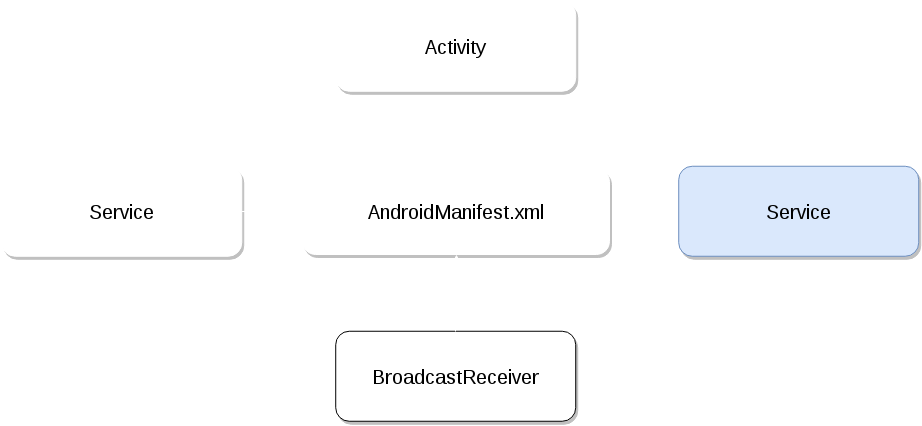
siyb/tw-mad-7-service keeps this draw.io diagram as component_service.png. Above is the earlier version. Source tidied: cells renumbered, new cells last; positions are measured from the earlier drawing's top-left corner, leaving out a move shared by most shapes. Source of this version:
```xml
<mxGraphModel>
  <root>
    <mxCell id="0" style="html=1;" />
    <mxCell id="1" style="html=1;" parent="0" />
    <mxCell id="2" style="strokeWidth=1;strokeColor=#FFFFFF;html=1;" parent="1" edge="1" source="6" target="4">
      <mxGeometry relative="1" as="geometry" />
    </mxCell>
    <mxCell id="3" style="strokeWidth=1;strokeColor=#FFFFFF;html=1;" parent="1" edge="1" source="5" target="4">
      <mxGeometry relative="1" as="geometry" />
    </mxCell>
    <mxCell id="4" value="AndroidManifest.xml" style="rounded=1;fillColor=#ffffff;gradientColor=none;gradientDirection=north;fontFamily=Helvetica;fontSize=20;fontColor=#000000;fontStyle=0;shadow=1;strokeColor=#FFFFFF;html=1;strokeWidth=1;" parent="1" vertex="1">
      <mxGeometry x="301" y="167" width="307" height="86" as="geometry" />
    </mxCell>
    <mxCell id="5" value="Service" style="rounded=1;fillColor=#dae8fc;gradientDirection=north;fontFamily=Helvetica;fontSize=20;fontColor=#000000;fontStyle=0;shadow=1;strokeColor=#6c8ebf;html=1;strokeWidth=1;" parent="1" vertex="1">
      <mxGeometry x="677.2" y="164.8" width="240" height="90" as="geometry" />
    </mxCell>
    <mxCell id="6" value="Activity" style="rounded=1;fillColor=#ffffff;gradientColor=none;gradientDirection=north;fontFamily=Helvetica;fontSize=20;fontColor=#000000;fontStyle=0;shadow=1;strokeColor=#FFFFFF;html=1;strokeWidth=1;" parent="1" vertex="1">
      <mxGeometry x="334.2" y="-0.2" width="240" height="90" as="geometry" />
    </mxCell>
    <mxCell id="7" value="BroadcastReceiver" style="rounded=1;fillColor=#ffffff;gradientDirection=north;fontFamily=Helvetica;fontSize=20;fontColor=#000000;fontStyle=0;shadow=1;strokeColor=#000000;html=1;strokeWidth=1;" parent="1" vertex="1">
      <mxGeometry x="334.2" y="329.8" width="240" height="90" as="geometry" />
    </mxCell>
    <mxCell id="8" style="strokeWidth=1;strokeColor=#FFFFFF;html=1;exitX=0.5;exitY=0;entryX=0.5;entryY=1;" parent="1" edge="1" source="7" target="4">
      <mxGeometry x="730" y="323.6" as="geometry" />
    </mxCell>
    <mxCell id="9" value="Service" style="rounded=1;fillColor=#ffffff;gradientColor=none;gradientDirection=north;fontFamily=Helvetica;fontSize=20;fontColor=#000000;fontStyle=0;shadow=1;strokeColor=#FFFFFF;html=1;strokeWidth=1;" parent="1" vertex="1">
      <mxGeometry x="0.2" y="164.8" width="240" height="90" as="geometry" />
    </mxCell>
    <mxCell id="10" style="strokeWidth=1;strokeColor=#FFFFFF;html=1;exitX=1;exitY=0.5;entryX=0;entryY=0.5;" parent="1" edge="1" source="9" target="4">
      <mxGeometry x="730" y="323.6" as="geometry" />
    </mxCell>
  </root>
</mxGraphModel>
```
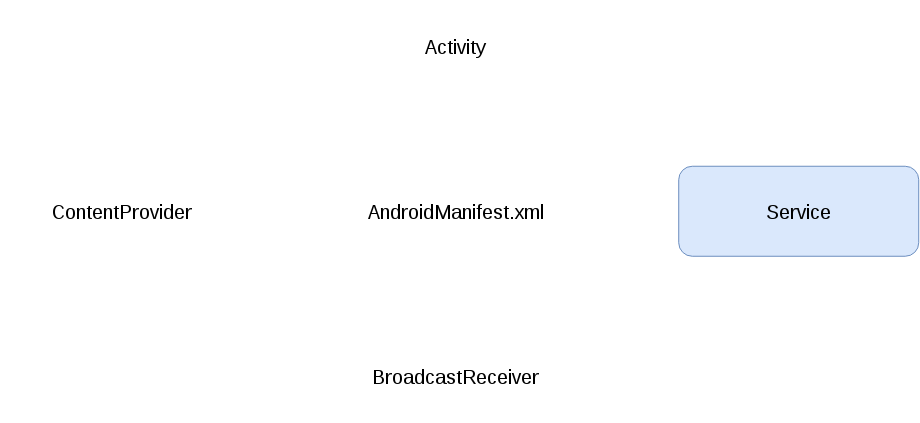
The same file after the commit.

Diff of the diagram source:
```diff
@@ -8,22 +8,22 @@
     <mxCell id="3" style="strokeWidth=1;strokeColor=#FFFFFF;html=1;" parent="1" edge="1" source="5" target="4">
       <mxGeometry relative="1" as="geometry" />
     </mxCell>
-    <mxCell id="4" value="AndroidManifest.xml" style="rounded=1;fillColor=#ffffff;gradientColor=none;gradientDirection=north;fontFamily=Helvetica;fontSize=20;fontColor=#000000;fontStyle=0;shadow=1;strokeColor=#FFFFFF;html=1;strokeWidth=1;" parent="1" vertex="1">
+    <mxCell id="4" value="AndroidManifest.xml" style="rounded=1;fillColor=#ffffff;gradientColor=none;gradientDirection=north;fontFamily=Helvetica;fontSize=20;fontColor=#000000;fontStyle=0;shadow=0;strokeColor=#FFFFFF;html=1;strokeWidth=1;" parent="1" vertex="1">
       <mxGeometry x="301" y="167" width="307" height="86" as="geometry" />
     </mxCell>
-    <mxCell id="5" value="Service" style="rounded=1;fillColor=#dae8fc;gradientDirection=north;fontFamily=Helvetica;fontSize=20;fontColor=#000000;fontStyle=0;shadow=1;strokeColor=#6c8ebf;html=1;strokeWidth=1;" parent="1" vertex="1">
+    <mxCell id="5" value="Service" style="rounded=1;fillColor=#dae8fc;gradientDirection=north;fontFamily=Helvetica;fontSize=20;fontColor=#000000;fontStyle=0;shadow=0;strokeColor=#6c8ebf;html=1;strokeWidth=1;" parent="1" vertex="1">
       <mxGeometry x="677.2" y="164.8" width="240" height="90" as="geometry" />
     </mxCell>
-    <mxCell id="6" value="Activity" style="rounded=1;fillColor=#ffffff;gradientColor=none;gradientDirection=north;fontFamily=Helvetica;fontSize=20;fontColor=#000000;fontStyle=0;shadow=1;strokeColor=#FFFFFF;html=1;strokeWidth=1;" parent="1" vertex="1">
+    <mxCell id="6" value="Activity" style="rounded=1;fillColor=#ffffff;gradientColor=none;gradientDirection=north;fontFamily=Helvetica;fontSize=20;fontColor=#000000;fontStyle=0;shadow=0;strokeColor=#FFFFFF;html=1;strokeWidth=1;" parent="1" vertex="1">
       <mxGeometry x="334.2" y="-0.2" width="240" height="90" as="geometry" />
     </mxCell>
-    <mxCell id="7" value="BroadcastReceiver" style="rounded=1;fillColor=#ffffff;gradientDirection=north;fontFamily=Helvetica;fontSize=20;fontColor=#000000;fontStyle=0;shadow=1;strokeColor=#000000;html=1;strokeWidth=1;" parent="1" vertex="1">
+    <mxCell id="7" value="BroadcastReceiver" style="rounded=1;fillColor=#ffffff;gradientColor=none;gradientDirection=north;fontFamily=Helvetica;fontSize=20;fontColor=#000000;fontStyle=0;shadow=0;strokeColor=#FFFFFF;html=1;strokeWidth=1;" parent="1" vertex="1">
       <mxGeometry x="334.2" y="329.8" width="240" height="90" as="geometry" />
     </mxCell>
     <mxCell id="8" style="strokeWidth=1;strokeColor=#FFFFFF;html=1;exitX=0.5;exitY=0;entryX=0.5;entryY=1;" parent="1" edge="1" source="7" target="4">
       <mxGeometry x="730" y="323.6" as="geometry" />
     </mxCell>
-    <mxCell id="9" value="Service" style="rounded=1;fillColor=#ffffff;gradientColor=none;gradientDirection=north;fontFamily=Helvetica;fontSize=20;fontColor=#000000;fontStyle=0;shadow=1;strokeColor=#FFFFFF;html=1;strokeWidth=1;" parent="1" vertex="1">
+    <mxCell id="9" value="ContentProvider" style="rounded=1;fillColor=#ffffff;gradientColor=none;gradientDirection=north;fontFamily=Helvetica;fontSize=20;fontColor=#000000;fontStyle=0;shadow=0;strokeColor=#FFFFFF;html=1;strokeWidth=1;" parent="1" vertex="1">
       <mxGeometry x="0.2" y="164.8" width="240" height="90" as="geometry" />
     </mxCell>
     <mxCell id="10" style="strokeWidth=1;strokeColor=#FFFFFF;html=1;exitX=1;exitY=0.5;entryX=0;entryY=0.5;" parent="1" edge="1" source="9" target="4">
```
